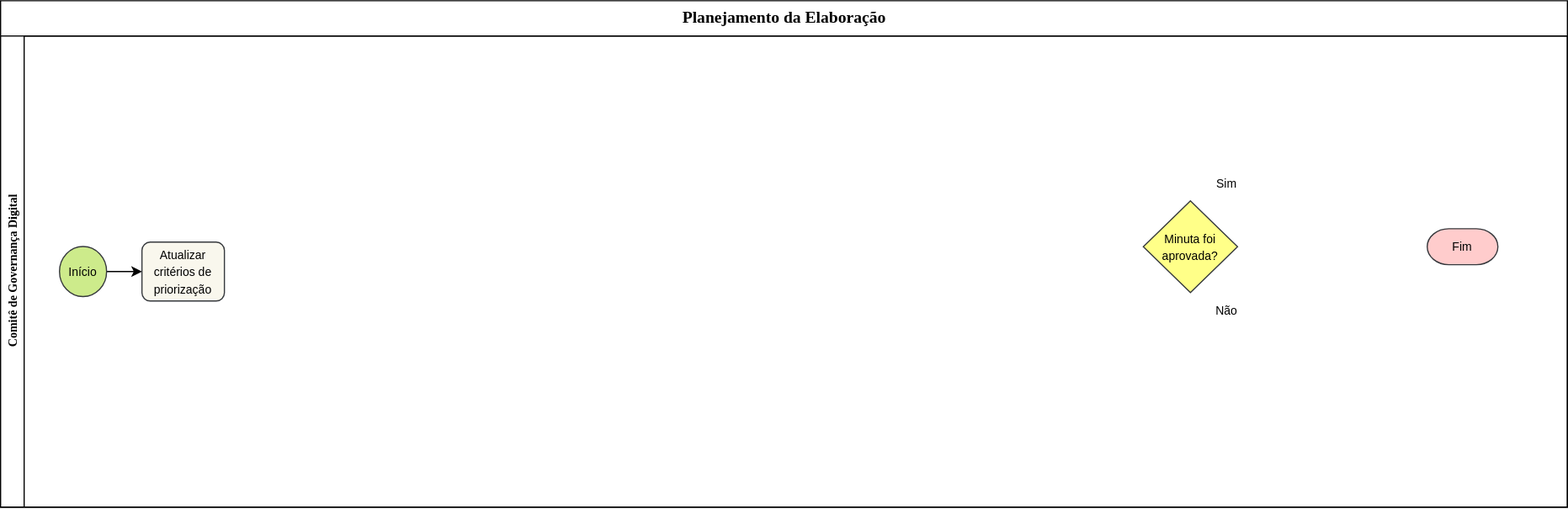
Earlier version of the draw.io export fluxo_acompanhamento.drawio.svg (Bariand/diagramas-gestao-ufpel). Source tidied: cells renumbered, new cells last; positions are measured from the earlier drawing's top-left corner, leaving out a move shared by most shapes.
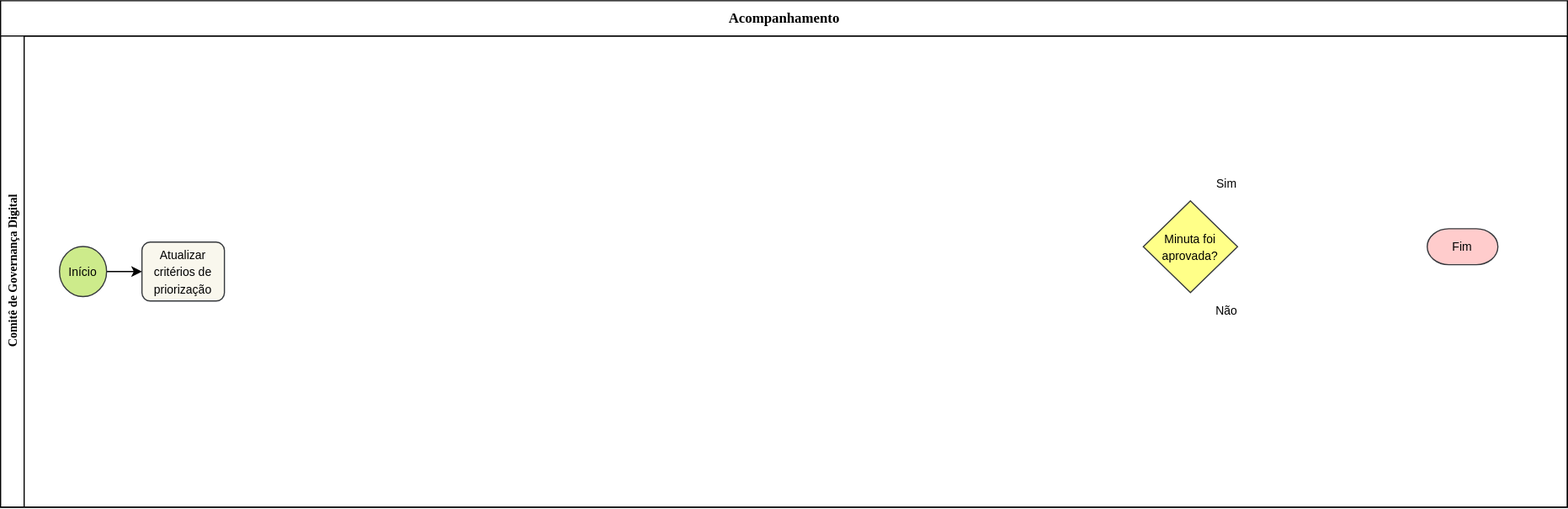
Above is the later version.

The edit, as a diff of the source:
```diff
@@ -2,7 +2,7 @@
   <root>
     <mxCell id="0" />
     <mxCell id="1" parent="0" />
-    <mxCell id="2" value="&lt;font style=&quot;font-size: 14px;&quot;&gt;Planejamento da Elaboração&lt;/font&gt;" style="swimlane;html=1;horizontal=1;startSize=30;rounded=0;shadow=0;labelBackgroundColor=none;strokeWidth=1;fontFamily=Verdana;fontSize=7;align=center;swimlaneLine=1;glass=0;swimlaneHead=1;swimlaneBody=1;fillColor=light-dark(#FFFFFF,#FFFFFF);strokeColor=light-dark(#000000,#000000);fontColor=light-dark(#000000,#000000);" parent="1" vertex="1">
+    <mxCell id="2" value="&lt;font style=&quot;font-size: 12px;&quot;&gt;Acompanhamento&lt;/font&gt;" style="swimlane;html=1;horizontal=1;startSize=30;rounded=0;shadow=0;labelBackgroundColor=none;strokeWidth=1;fontFamily=Verdana;fontSize=7;align=center;swimlaneLine=1;glass=0;swimlaneHead=1;swimlaneBody=1;fillColor=light-dark(#FFFFFF,#FFFFFF);strokeColor=light-dark(#000000,#000000);fontColor=light-dark(#000000,#000000);" parent="1" vertex="1">
       <mxGeometry width="1330" height="430" as="geometry" />
     </mxCell>
     <mxCell id="3" value="&lt;font style=&quot;font-size: 10px;&quot;&gt;Comitê de Governança Digital&lt;/font&gt;" style="swimlane;html=1;startSize=20;horizontal=0;fontFamily=Verdana;fontSize=7;strokeWidth=1;fillColor=light-dark(#FFFFFF,#FFFFFF);strokeColor=light-dark(#000000,#000000);swimlaneLine=1;shadow=0;fontColor=light-dark(#000000,#000000);" parent="1" vertex="1">
```
